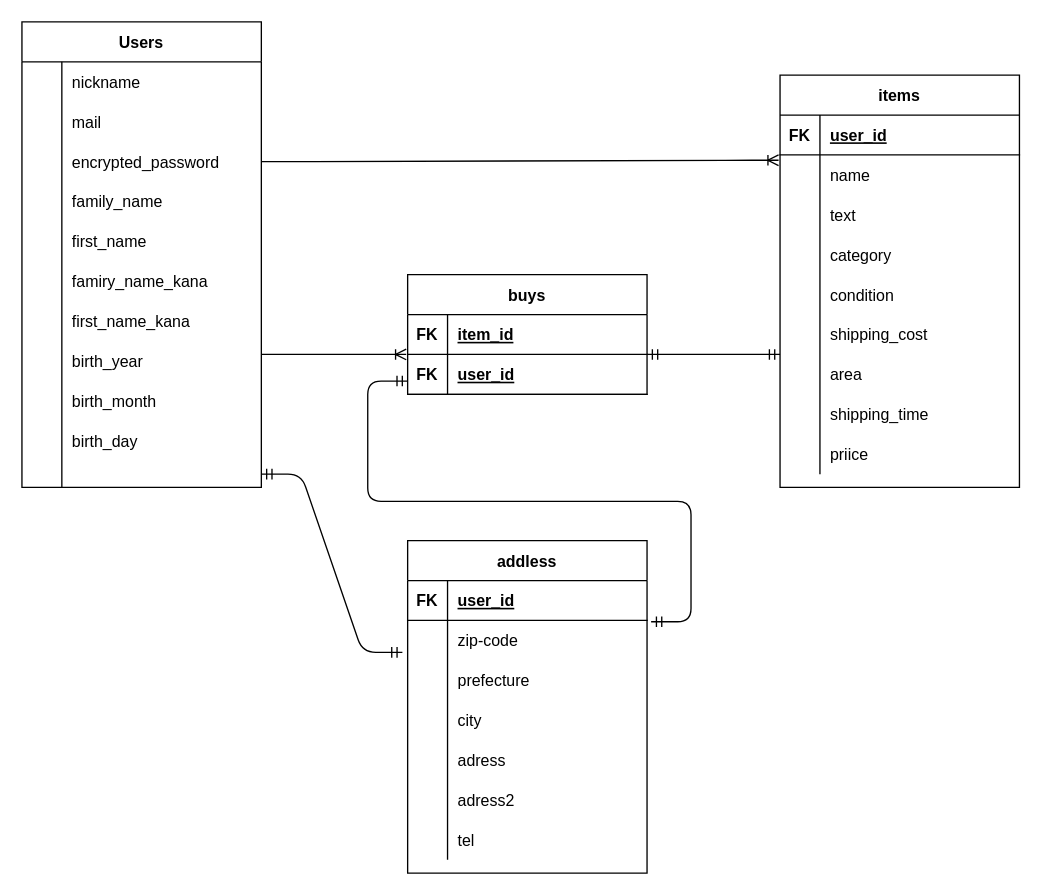
sryuri/furima-36995 keeps this draw.io diagram as furima.dio. Above is the earlier version. Source tidied: cells renumbered, new cells numbered last; positions are measured from the earlier drawing's top-left corner, leaving out a move shared by most shapes. Both pictures are drawn from the tidied source at 133%, with x=0, y=0 at pixel (21, 21).
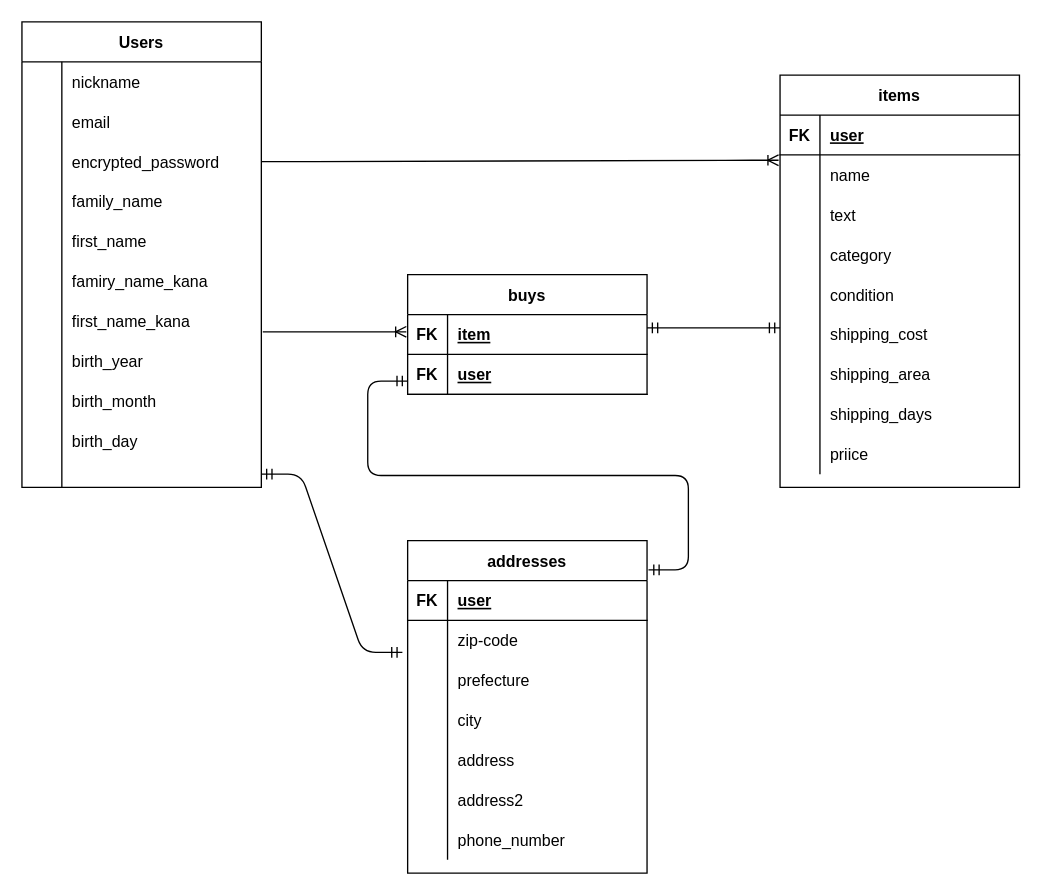
The same diagram, later.

The change refers to these unchanged cells:
```xml
<mxCell id="6" style="shape=partialRectangle;fillColor=none;top=0;left=0;bottom=0;right=0;" parent="2" vertex="1">
  <mxGeometry y="60" width="180" height="30" as="geometry" />
</mxCell>
<mxCell id="21" style="shape=partialRectangle;fillColor=none;top=0;left=0;bottom=0;right=0;points=[[0,0.5],[1,0.5]];portConstraint=eastwest;" parent="2" vertex="1">
  <mxGeometry y="210" width="180" height="30" as="geometry" />
</mxCell>
<mxCell id="37" style="shape=partialRectangle;fillColor=none;top=0;left=0;bottom=1;right=0;" parent="36" vertex="1">
  <mxGeometry y="30" width="180" height="30" as="geometry" />
</mxCell>
<mxCell id="40" style="shape=partialRectangle;fillColor=none;top=0;left=0;bottom=0;right=0;points=[[0,0.5],[1,0.5]];portConstraint=eastwest;" parent="36" vertex="1">
  <mxGeometry y="60" width="180" height="30" as="geometry" />
</mxCell>
<mxCell id="49" style="shape=partialRectangle;fillColor=none;top=0;left=0;bottom=0;right=0;" parent="36" vertex="1">
  <mxGeometry y="150" width="180" height="30" as="geometry" />
</mxCell>
<mxCell id="52" style="shape=partialRectangle;fillColor=none;top=0;left=0;bottom=0;right=0;" parent="36" vertex="1">
  <mxGeometry y="180" width="180" height="30" as="geometry" />
</mxCell>
<mxCell id="55" style="shape=partialRectangle;fillColor=none;top=0;left=0;bottom=0;right=0;" parent="36" vertex="1">
  <mxGeometry y="210" width="180" height="30" as="geometry" />
</mxCell>
<mxCell id="59" style="shape=partialRectangle;fillColor=none;top=0;left=0;bottom=1;right=0;" parent="58" vertex="1">
  <mxGeometry y="30" width="180" height="30" as="geometry" />
</mxCell>
<mxCell id="77" style="shape=partialRectangle;fillColor=none;top=0;left=0;bottom=0;right=0;" parent="58" vertex="1">
  <mxGeometry y="210" width="180" height="30" as="geometry" />
</mxCell>
<mxCell id="80" style="shape=partialRectangle;fillColor=none;top=0;left=0;bottom=0;right=0;" parent="58" vertex="1">
  <mxGeometry y="240" width="180" height="30" as="geometry" />
</mxCell>
<mxCell id="87" style="shape=partialRectangle;fillColor=none;top=0;left=0;bottom=1;right=0;" parent="86" vertex="1">
  <mxGeometry y="30" width="180" height="30" as="geometry" />
</mxCell>
<mxCell id="90" style="shape=partialRectangle;fillColor=none;top=0;left=0;bottom=1;right=0;points=[[0,0.5],[1,0.5]];portConstraint=eastwest;" parent="86" vertex="1">
  <mxGeometry y="60" width="180" height="30" as="geometry" />
</mxCell>
```

Diff of the diagram source:
```diff
@@
-    <mxCell id="8" value="mail" style="shape=partialRectangle;fillColor=none;top=0;left=0;bottom=0;right=0;align=left;spacingLeft=6;overflow=hidden;" parent="6" vertex="1">
+    <mxCell id="8" value="email" style="shape=partialRectangle;fillColor=none;top=0;left=0;bottom=0;right=0;align=left;spacingLeft=6;overflow=hidden;" parent="6" vertex="1">
       <mxGeometry x="30" width="150" height="30" as="geometry" />
     </mxCell>
@@
-    <mxCell id="36" value="addless" style="shape=table;startSize=30;childLayout=tableLayout;rowLines=0;fontStyle=1;align=center;" parent="1" vertex="1">
+    <mxCell id="36" value="addresses" style="shape=table;startSize=30;childLayout=tableLayout;rowLines=0;fontStyle=1;align=center;" parent="1" vertex="1">
       <mxGeometry x="290" y="390" width="180" height="250" as="geometry" />
     </mxCell>
@@
-    <mxCell id="39" value="user_id" style="shape=partialRectangle;fillColor=none;top=0;left=0;bottom=0;right=0;align=left;spacingLeft=6;fontStyle=5;overflow=hidden;" parent="37" vertex="1">
+    <mxCell id="39" value="user" style="shape=partialRectangle;fillColor=none;top=0;left=0;bottom=0;right=0;align=left;spacingLeft=6;fontStyle=5;overflow=hidden;" parent="37" vertex="1">
       <mxGeometry x="30" width="150" height="30" as="geometry" />
     </mxCell>
@@
-    <mxCell id="51" value="adress" style="shape=partialRectangle;fillColor=none;top=0;left=0;bottom=0;right=0;align=left;spacingLeft=6;overflow=hidden;" parent="49" vertex="1">
+    <mxCell id="51" value="address" style="shape=partialRectangle;fillColor=none;top=0;left=0;bottom=0;right=0;align=left;spacingLeft=6;overflow=hidden;" parent="49" vertex="1">
       <mxGeometry x="30" width="150" height="30" as="geometry" />
     </mxCell>
@@
-    <mxCell id="54" value="adress2" style="shape=partialRectangle;fillColor=none;top=0;left=0;bottom=0;right=0;align=left;spacingLeft=6;overflow=hidden;" parent="52" vertex="1">
+    <mxCell id="54" value="address2" style="shape=partialRectangle;fillColor=none;top=0;left=0;bottom=0;right=0;align=left;spacingLeft=6;overflow=hidden;" parent="52" vertex="1">
       <mxGeometry x="30" width="150" height="30" as="geometry" />
     </mxCell>
@@
-    <mxCell id="57" value="tel" style="shape=partialRectangle;fillColor=none;top=0;left=0;bottom=0;right=0;align=left;spacingLeft=6;overflow=hidden;" parent="55" vertex="1">
+    <mxCell id="57" value="phone_number" style="shape=partialRectangle;fillColor=none;top=0;left=0;bottom=0;right=0;align=left;spacingLeft=6;overflow=hidden;" parent="55" vertex="1">
       <mxGeometry x="30" width="150" height="30" as="geometry" />
     </mxCell>
@@
-    <mxCell id="61" value="user_id" style="shape=partialRectangle;fillColor=none;top=0;left=0;bottom=0;right=0;align=left;spacingLeft=6;fontStyle=5;overflow=hidden;" parent="59" vertex="1">
+    <mxCell id="61" value="user" style="shape=partialRectangle;fillColor=none;top=0;left=0;bottom=0;right=0;align=left;spacingLeft=6;fontStyle=5;overflow=hidden;" parent="59" vertex="1">
       <mxGeometry x="30" width="150" height="30" as="geometry" />
     </mxCell>
@@
-    <mxCell id="79" value="area" style="shape=partialRectangle;fillColor=none;top=0;left=0;bottom=0;right=0;align=left;spacingLeft=6;overflow=hidden;" parent="77" vertex="1">
+    <mxCell id="79" value="shipping_area" style="shape=partialRectangle;fillColor=none;top=0;left=0;bottom=0;right=0;align=left;spacingLeft=6;overflow=hidden;" parent="77" vertex="1">
       <mxGeometry x="30" width="150" height="30" as="geometry" />
     </mxCell>
@@
-    <mxCell id="82" value="shipping_time" style="shape=partialRectangle;fillColor=none;top=0;left=0;bottom=0;right=0;align=left;spacingLeft=6;overflow=hidden;" parent="80" vertex="1">
+    <mxCell id="82" value="shipping_days" style="shape=partialRectangle;fillColor=none;top=0;left=0;bottom=0;right=0;align=left;spacingLeft=6;overflow=hidden;" parent="80" vertex="1">
       <mxGeometry x="30" width="150" height="30" as="geometry" />
     </mxCell>
@@
-    <mxCell id="89" value="item_id" style="shape=partialRectangle;fillColor=none;top=0;left=0;bottom=0;right=0;align=left;spacingLeft=6;fontStyle=5;overflow=hidden;" parent="87" vertex="1">
+    <mxCell id="89" value="item" style="shape=partialRectangle;fillColor=none;top=0;left=0;bottom=0;right=0;align=left;spacingLeft=6;fontStyle=5;overflow=hidden;" parent="87" vertex="1">
       <mxGeometry x="30" width="150" height="30" as="geometry" />
     </mxCell>
@@
-    <mxCell id="92" value="user_id" style="shape=partialRectangle;fillColor=none;top=0;left=0;bottom=0;right=0;align=left;spacingLeft=6;fontStyle=5;overflow=hidden;" parent="90" vertex="1">
+    <mxCell id="92" value="user" style="shape=partialRectangle;fillColor=none;top=0;left=0;bottom=0;right=0;align=left;spacingLeft=6;fontStyle=5;overflow=hidden;" parent="90" vertex="1">
       <mxGeometry x="30" width="150" height="30" as="geometry" />
     </mxCell>
@@
-    <mxCell id="94" style="edgeStyle=entityRelationEdgeStyle;fontSize=12;html=1;endArrow=ERoneToMany;entryX=-0.006;entryY=0;entryDx=0;entryDy=0;entryPerimeter=0;" parent="1" edge="1" target="90">
+    <mxCell id="94" style="edgeStyle=entityRelationEdgeStyle;fontSize=12;html=1;endArrow=ERoneToMany;exitX=1.006;exitY=0.767;exitDx=0;exitDy=0;exitPerimeter=0;" parent="1" edge="1" source="21">
       <mxGeometry relative="1" as="geometry">
-        <mxPoint x="180" y="250" as="sourcePoint" />
+        <mxPoint x="289" y="233" as="targetPoint" />
       </mxGeometry>
     </mxCell>
     <mxCell id="95" style="edgeStyle=entityRelationEdgeStyle;fontSize=12;html=1;endArrow=ERmandOne;startArrow=ERmandOne;" parent="1" edge="1">
       <mxGeometry relative="1" as="geometry">
-        <mxPoint x="470" y="250" as="sourcePoint" />
-        <mxPoint x="570" y="250" as="targetPoint" />
+        <mxPoint x="470" y="230" as="sourcePoint" />
+        <mxPoint x="570" y="230" as="targetPoint" />
       </mxGeometry>
     </mxCell>
@@
-    <mxCell id="97" style="edgeStyle=entityRelationEdgeStyle;fontSize=12;html=1;endArrow=ERmandOne;startArrow=ERmandOne;exitX=1.017;exitY=0.033;exitDx=0;exitDy=0;exitPerimeter=0;" parent="1" edge="1" source="40">
-      <mxGeometry relative="1" as="geometry">
-        <mxPoint x="290" y="270" as="targetPoint" />
-      </mxGeometry>
-    </mxCell>
+    <mxCell id="98" style="edgeStyle=entityRelationEdgeStyle;fontSize=12;html=1;endArrow=ERmandOne;startArrow=ERmandOne;exitX=1.006;exitY=0.088;exitDx=0;exitDy=0;exitPerimeter=0;" parent="1" edge="1" source="36">
+      <mxGeometry relative="1" as="geometry">
+        <mxPoint x="290" y="270" as="targetPoint" />
+      </mxGeometry>
+    </mxCell>
```
